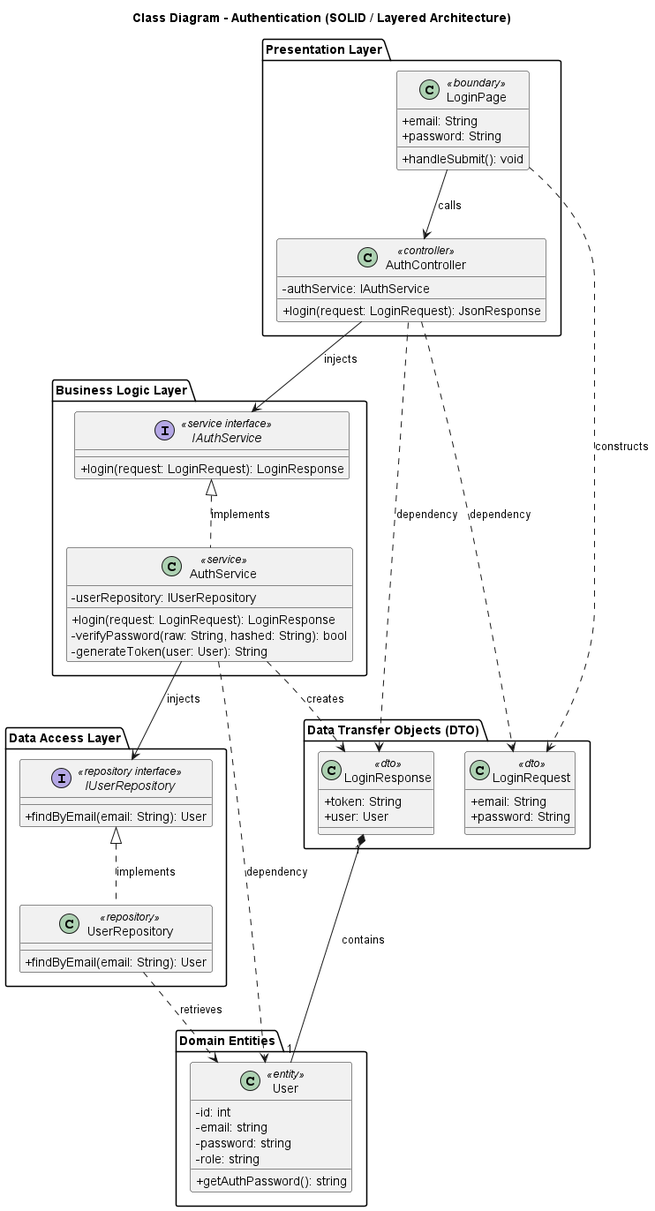
Above: out/resources/uml không màu/auth/authentication_class_diagram.png in Faythpromax/E-Learning (PlantUML), before the change.
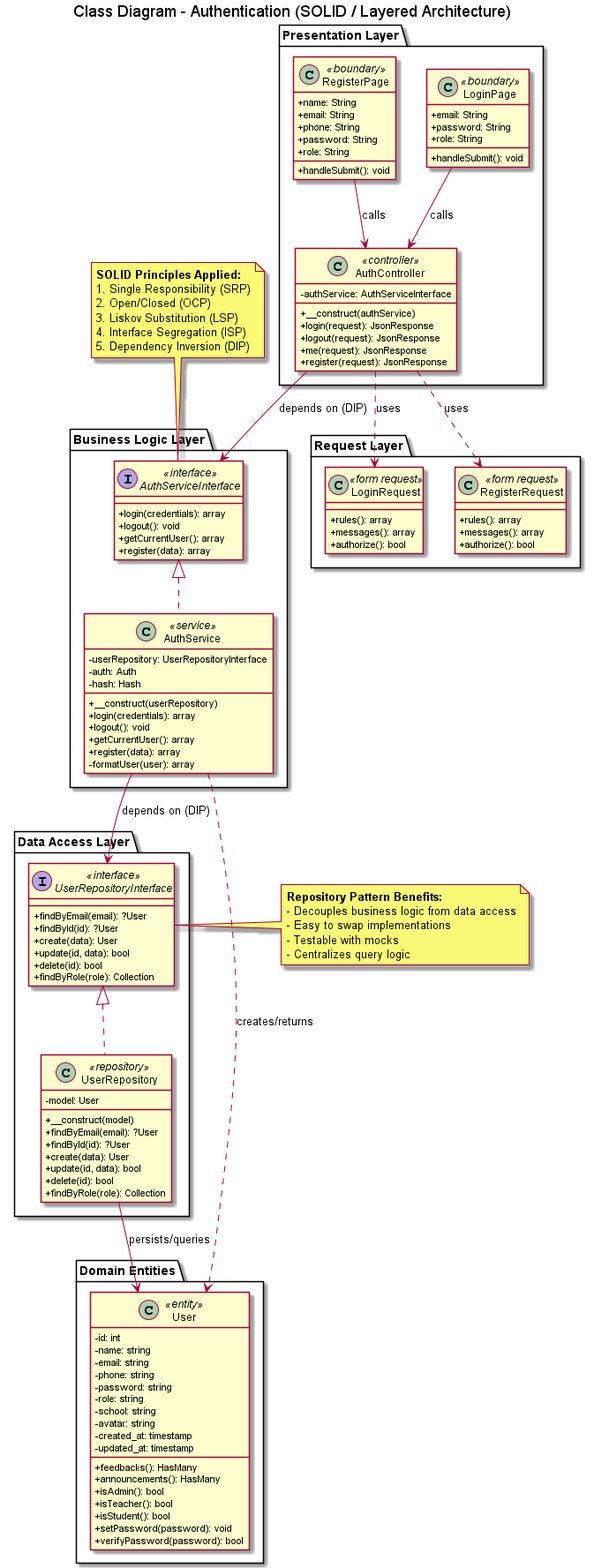
The same diagram one commit later.

Change to the diagram source:
```diff
@@ -8,76 +8,137 @@
     class LoginPage <<boundary>> {
         +email: String
         +password: String
+        +role: String
+        +handleSubmit(): void
+    }
+
+    class RegisterPage <<boundary>> {
+        +name: String
+        +email: String
+        +phone: String
+        +password: String
+        +role: String
         +handleSubmit(): void
     }
 
     class AuthController <<controller>> {
-        -authService: IAuthService
-        +login(request: LoginRequest): JsonResponse
+        -authService: AuthServiceInterface
+        +__construct(authService)
+        +login(request): JsonResponse
+        +logout(request): JsonResponse
+        +me(request): JsonResponse
+        +register(request): JsonResponse
     }
 }
 
 package "Business Logic Layer" {
-    interface IAuthService <<service interface>> {
-        +login(request: LoginRequest): LoginResponse
+    interface AuthServiceInterface <<interface>> {
+        +login(credentials): array
+        +logout(): void
+        +getCurrentUser(): array
+        +register(data): array
     }
 
-    class AuthService <<service>> {
-        -userRepository: IUserRepository
-        +login(request: LoginRequest): LoginResponse
-        -verifyPassword(raw: String, hashed: String): bool
-        -generateToken(user: User): String
+    class AuthService <<service>> implements AuthServiceInterface {
+        -userRepository: UserRepositoryInterface
+        -auth: Auth
+        -hash: Hash
+        +__construct(userRepository)
+        +login(credentials): array
+        +logout(): void
+        +getCurrentUser(): array
+        +register(data): array
+        -formatUser(user): array
+    }
+}
+
+package "Request Layer" {
+    class LoginRequest <<form request>> {
+        +rules(): array
+        +messages(): array
+        +authorize(): bool
+    }
+
+    class RegisterRequest <<form request>> {
+        +rules(): array
+        +messages(): array
+        +authorize(): bool
     }
 }
 
 package "Data Access Layer" {
-    interface IUserRepository <<repository interface>> {
-        +findByEmail(email: String): User
+    interface UserRepositoryInterface <<interface>> {
+        +findByEmail(email): ?User
+        +findById(id): ?User
+        +create(data): User
+        +update(id, data): bool
+        +delete(id): bool
+        +findByRole(role): Collection
     }
 
-    class UserRepository <<repository>> {
-        +findByEmail(email: String): User
-    }
-}
-
-package "Data Transfer Objects (DTO)" {
-    class LoginRequest <<dto>> {
-        +email: String
-        +password: String
-    }
-
-    class LoginResponse <<dto>> {
-        +token: String
-        +user: User
+    class UserRepository <<repository>> implements UserRepositoryInterface {
+        -model: User
+        +__construct(model)
+        +findByEmail(email): ?User
+        +findById(id): ?User
+        +create(data): User
+        +update(id, data): bool
+        +delete(id): bool
+        +findByRole(role): Collection
     }
 }
 
 package "Domain Entities" {
     class User <<entity>> {
         -id: int
+        -name: string
         -email: string
+        -phone: string
         -password: string
         -role: string
-        +getAuthPassword(): string
+        -school: string
+        -avatar: string
+        -created_at: timestamp
+        -updated_at: timestamp
+        +feedbacks(): HasMany
+        +announcements(): HasMany
+        +isAdmin(): bool
+        +isTeacher(): bool
+        +isStudent(): bool
+        +setPassword(password): void
+        +verifyPassword(password): bool
     }
 }
 
 
-LoginPage ..> LoginRequest : constructs
 LoginPage --> AuthController : calls
+RegisterPage --> AuthController : calls
 
-AuthController --> IAuthService : injects
-AuthController ..> LoginRequest : dependency
-AuthController ..> LoginResponse : dependency
+AuthController --> AuthServiceInterface : depends on (DIP)
+AuthController ..> LoginRequest : uses
+AuthController ..> RegisterRequest : uses
 
-AuthService .up.|> IAuthService : implements
-AuthService --> IUserRepository : injects
-AuthService ..> LoginResponse : creates
-AuthService ..> User : dependency
+AuthService --> UserRepositoryInterface : depends on (DIP)
+AuthService ..> User : creates/returns
 
-UserRepository .up.|> IUserRepository : implements
-UserRepository ..> User : retrieves
+UserRepository --> User : persists/queries
 
-LoginResponse "1" *-- "1" User : contains
+
+note top of AuthServiceInterface
+  <b>SOLID Principles Applied:</b>
+  1. Single Responsibility (SRP)
+  2. Open/Closed (OCP)
+  3. Liskov Substitution (LSP)
+  4. Interface Segregation (ISP)
+  5. Dependency Inversion (DIP)
+end note
+
+note right of UserRepositoryInterface
+  <b>Repository Pattern Benefits:</b>
+  - Decouples business logic from data access
+  - Easy to swap implementations
+  - Testable with mocks
+  - Centralizes query logic
+end note
 
 @enduml
```
